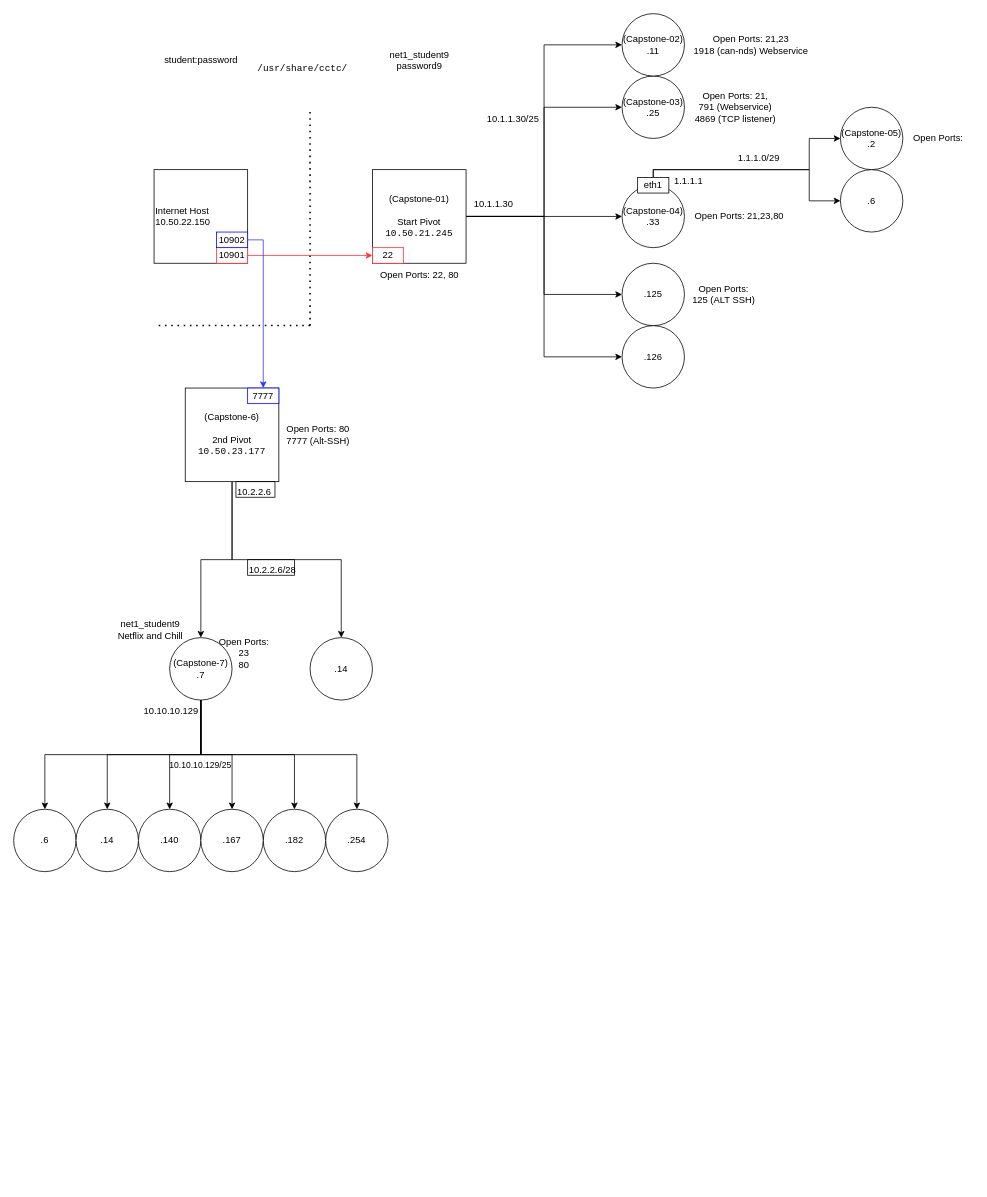
This is page "Capstone" (5 of 5) of Networking/Day 5/Untitled Diagram.drawio from LukeaBrown/COSC, a draw.io file, before an edit. Source tidied: cells renumbered, new cells numbered last; positions are measured from the earlier drawing's top-left corner, leaving out a move shared by most shapes. Both pictures are drawn from the tidied source at 78%, with x=0, y=0 at pixel (13, 13).
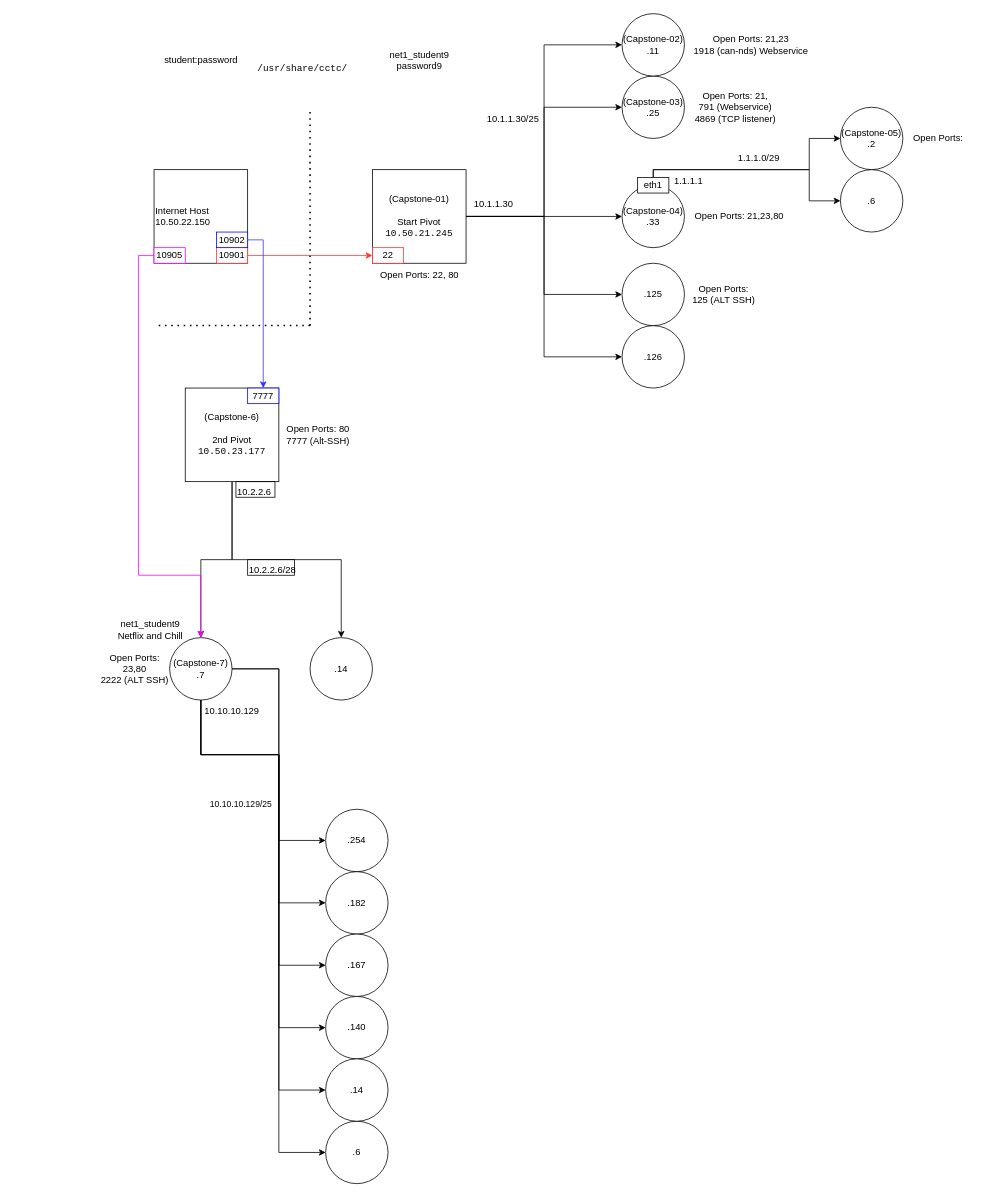
Above is the later version.

The change refers to these unchanged cells:
```xml
<mxCell id="51" value="&lt;div&gt;(Capstone-7)&lt;br&gt;&lt;/div&gt;&lt;div&gt;.7&lt;/div&gt;" style="ellipse;whiteSpace=wrap;html=1;strokeColor=#000000;" parent="1" vertex="1">
  <mxGeometry x="200" y="800" width="80" height="80" as="geometry" />
</mxCell>
<mxCell id="58" value="&lt;div&gt;.254&lt;/div&gt;" style="ellipse;whiteSpace=wrap;html=1;strokeColor=#000000;" parent="1" vertex="1">
  <mxGeometry x="400" y="1020" width="80" height="80" as="geometry" />
</mxCell>
```

Diff of the diagram source:
```diff
@@
-    <mxCell id="45" style="edgeStyle=orthogonalEdgeStyle;rounded=0;jettySize=auto;html=1;entryX=0.5;entryY=0;entryDx=0;entryDy=0;strokeColor=#000000;" parent="1" edge="1" source="51" target="59">
+    <mxCell id="45" style="edgeStyle=orthogonalEdgeStyle;rounded=0;jettySize=auto;html=1;entryX=0;entryY=0.5;entryDx=0;entryDy=0;strokeColor=#000000;" parent="1" edge="1" source="51" target="59">
       <mxGeometry relative="1" as="geometry">
         <Array as="points">
           <mxPoint x="240" y="950" />
-          <mxPoint x="40" y="950" />
+          <mxPoint x="340" y="950" />
+          <mxPoint x="340" y="1460" />
         </Array>
       </mxGeometry>
     </mxCell>
     <mxCell id="46" style="edgeStyle=orthogonalEdgeStyle;rounded=0;jettySize=auto;html=1;strokeColor=#000000;" parent="1" edge="1" source="51" target="61">
-      <mxGeometry relative="1" as="geometry" />
+      <mxGeometry relative="1" as="geometry">
+        <Array as="points">
+          <mxPoint x="340" y="840" />
+          <mxPoint x="340" y="1300" />
+        </Array>
+      </mxGeometry>
     </mxCell>
-    <mxCell id="47" style="edgeStyle=orthogonalEdgeStyle;rounded=0;jettySize=auto;html=1;strokeColor=#000000;" parent="1" edge="1" source="51" target="64">
+    <mxCell id="47" style="edgeStyle=orthogonalEdgeStyle;rounded=0;jettySize=auto;html=1;strokeColor=#000000;entryX=0;entryY=0.5;entryDx=0;entryDy=0;" parent="1" edge="1" source="51" target="64">
       <mxGeometry relative="1" as="geometry" />
     </mxCell>
-    <mxCell id="48" style="edgeStyle=orthogonalEdgeStyle;rounded=0;jettySize=auto;html=1;entryX=0.5;entryY=0;entryDx=0;entryDy=0;strokeColor=#000000;" parent="1" edge="1" source="51" target="63">
-      <mxGeometry relative="1" as="geometry">
-        <Array as="points">
-          <mxPoint x="240" y="950" />
-          <mxPoint x="360" y="950" />
-        </Array>
-      </mxGeometry>
-    </mxCell>
-    <mxCell id="49" style="edgeStyle=orthogonalEdgeStyle;rounded=0;jettySize=auto;html=1;entryX=0.5;entryY=0;entryDx=0;entryDy=0;strokeColor=#000000;" parent="1" edge="1" source="51" target="58">
+    <mxCell id="49" style="edgeStyle=orthogonalEdgeStyle;rounded=0;jettySize=auto;html=1;entryX=0;entryY=0.5;entryDx=0;entryDy=0;strokeColor=#000000;" parent="1" edge="1" source="51" target="58">
       <mxGeometry relative="1" as="geometry">
         <Array as="points">
           <mxPoint x="240" y="950" />
-          <mxPoint x="440" y="950" />
+          <mxPoint x="340" y="950" />
+          <mxPoint x="340" y="1060" />
         </Array>
       </mxGeometry>
     </mxCell>
-    <mxCell id="50" style="edgeStyle=orthogonalEdgeStyle;rounded=0;jettySize=auto;html=1;entryX=0.5;entryY=0;entryDx=0;entryDy=0;strokeColor=#000000;" parent="1" edge="1" source="51" target="62">
+    <mxCell id="50" style="edgeStyle=orthogonalEdgeStyle;rounded=0;jettySize=auto;html=1;entryX=0;entryY=0.5;entryDx=0;entryDy=0;strokeColor=#000000;" parent="1" edge="1" source="51" target="62">
       <mxGeometry relative="1" as="geometry">
         <Array as="points">
           <mxPoint x="240" y="950" />
-          <mxPoint x="120" y="950" />
+          <mxPoint x="340" y="950" />
+          <mxPoint x="340" y="1380" />
         </Array>
       </mxGeometry>
     </mxCell>
+    <mxCell id="48" style="edgeStyle=orthogonalEdgeStyle;rounded=0;jettySize=auto;html=1;strokeColor=#000000;fontSize=11;entryX=0;entryY=0.5;entryDx=0;entryDy=0;" parent="1" edge="1" source="51" target="63">
+      <mxGeometry relative="1" as="geometry">
+        <Array as="points">
+          <mxPoint x="240" y="950" />
+          <mxPoint x="340" y="950" />
+          <mxPoint x="340" y="1140" />
+        </Array>
+      </mxGeometry>
+    </mxCell>
@@
-    <mxCell id="55" value="&lt;div&gt;Open Ports:&lt;br&gt;&lt;/div&gt;&lt;div&gt;23&lt;/div&gt;&lt;div&gt;80&lt;br&gt;&lt;/div&gt;" style="text;html=1;align=center;verticalAlign=middle;strokeColor=none;fillColor=none;" parent="1" vertex="1">
-      <mxGeometry x="250" y="790" width="90" height="60" as="geometry" />
+    <mxCell id="55" value="&lt;div&gt;Open Ports:&lt;br&gt;&lt;/div&gt;&lt;div&gt;23,80&lt;/div&gt;&lt;div&gt;2222 (ALT SSH)&lt;br&gt;&lt;/div&gt;" style="text;html=1;align=center;verticalAlign=middle;strokeColor=none;fillColor=none;" parent="1" vertex="1">
+      <mxGeometry x="100" y="810" width="110" height="60" as="geometry" />
     </mxCell>
@@
     <mxCell id="59" value=".6" style="ellipse;whiteSpace=wrap;html=1;strokeColor=#000000;" parent="1" vertex="1">
-      <mxGeometry y="1020" width="80" height="80" as="geometry" />
+      <mxGeometry x="400" y="1420" width="80" height="80" as="geometry" />
     </mxCell>
     <mxCell id="60" value="10.10.10.129" style="text;whiteSpace=wrap;html=1;strokeColor=none;" parent="1" vertex="1">
-      <mxGeometry x="165" y="880" width="75" height="20" as="geometry" />
+      <mxGeometry x="242.5" y="880" width="75" height="20" as="geometry" />
     </mxCell>
     <mxCell id="61" value=".140" style="ellipse;whiteSpace=wrap;html=1;strokeColor=#000000;" parent="1" vertex="1">
-      <mxGeometry x="160" y="1020" width="80" height="80" as="geometry" />
+      <mxGeometry x="400" y="1260" width="80" height="80" as="geometry" />
     </mxCell>
     <mxCell id="62" value=".14" style="ellipse;whiteSpace=wrap;html=1;strokeColor=#000000;" parent="1" vertex="1">
-      <mxGeometry x="80" y="1020" width="80" height="80" as="geometry" />
+      <mxGeometry x="400" y="1340" width="80" height="80" as="geometry" />
     </mxCell>
     <mxCell id="63" value=".182" style="ellipse;whiteSpace=wrap;html=1;strokeColor=#000000;" parent="1" vertex="1">
-      <mxGeometry x="320" y="1020" width="80" height="80" as="geometry" />
+      <mxGeometry x="400" y="1100" width="80" height="80" as="geometry" />
     </mxCell>
     <mxCell id="64" value=".167" style="ellipse;whiteSpace=wrap;html=1;strokeColor=#000000;" parent="1" vertex="1">
-      <mxGeometry x="240" y="1020" width="80" height="80" as="geometry" />
+      <mxGeometry x="400" y="1180" width="80" height="80" as="geometry" />
     </mxCell>
     <mxCell id="65" value="&lt;font style=&quot;font-size: 11px;&quot;&gt;10.10.10.129/25&lt;/font&gt;" style="text;whiteSpace=wrap;html=1;strokeColor=none;" parent="1" vertex="1">
-      <mxGeometry x="197.5" y="950" width="85" height="20" as="geometry" />
+      <mxGeometry x="250" y="1000" width="85" height="20" as="geometry" />
     </mxCell>
+    <mxCell id="66" style="edgeStyle=orthogonalEdgeStyle;rounded=0;jettySize=auto;html=1;strokeColor=#FF00FF;fontSize=11;entryX=0.5;entryY=0;entryDx=0;entryDy=0;" parent="1" edge="1" source="67" target="51">
+      <mxGeometry relative="1" as="geometry">
+        <Array as="points">
+          <mxPoint x="160" y="310" />
+          <mxPoint x="160" y="720" />
+          <mxPoint x="240" y="720" />
+        </Array>
+      </mxGeometry>
+    </mxCell>
+    <mxCell id="67" value="10905" style="rounded=0;whiteSpace=wrap;html=1;strokeColor=#FF00FF;" parent="1" vertex="1">
+      <mxGeometry x="180" y="300" width="40" height="20" as="geometry" />
+    </mxCell>
+    <mxCell id="68" value="&amp;nbsp;" style="text;whiteSpace=wrap;html=1;fontSize=11;" parent="1" vertex="1">
+      <mxGeometry x="260" y="780" width="40" height="40" as="geometry" />
+    </mxCell>
```
